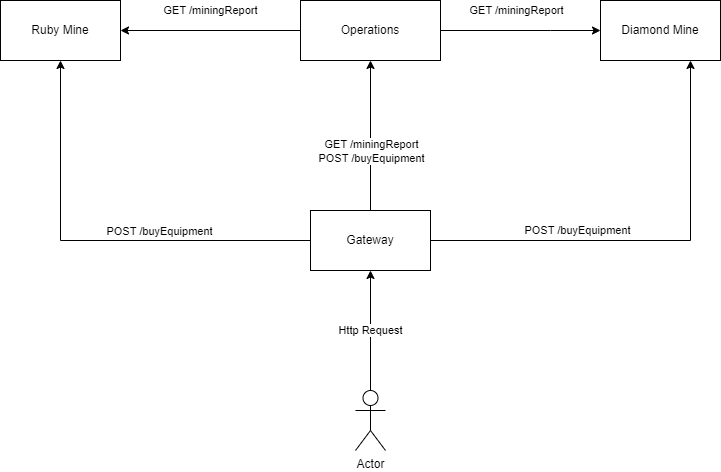
Before: microservices_components.png, a diagram exported from draw.io (ericrojo156/MineSim). Source tidied: cells renumbered, new cells last; positions are measured from the earlier drawing's top-left corner, leaving out a move shared by most shapes. Source of this version:
```xml
<mxGraphModel>
  <root>
    <mxCell id="0" />
    <mxCell id="1" parent="0" />
    <mxCell id="2" style="edgeStyle=orthogonalEdgeStyle;rounded=0;jettySize=auto;html=1;" parent="1" edge="1" source="7" target="12">
      <mxGeometry relative="1" as="geometry" />
    </mxCell>
    <mxCell id="3" value="GET /miningReport&lt;br&gt;POST /buyEquipment" style="edgeLabel;html=1;align=center;verticalAlign=middle;" parent="2" vertex="1">
      <mxGeometry x="-0.09" y="-3" relative="1" as="geometry">
        <mxPoint x="-3" y="8" as="offset" />
      </mxGeometry>
    </mxCell>
    <mxCell id="4" style="edgeStyle=orthogonalEdgeStyle;rounded=0;jettySize=auto;html=1;entryX=0.5;entryY=1;entryDx=0;entryDy=0;" parent="1" edge="1" source="7" target="8">
      <mxGeometry relative="1" as="geometry" />
    </mxCell>
    <mxCell id="5" value="POST /buyEquipment" style="edgeLabel;html=1;align=center;verticalAlign=middle;" parent="4" vertex="1">
      <mxGeometry x="-0.29" y="2" relative="1" as="geometry">
        <mxPoint y="-12" as="offset" />
      </mxGeometry>
    </mxCell>
    <mxCell id="6" value="POST /buyEquipment" style="edgeStyle=orthogonalEdgeStyle;rounded=0;jettySize=auto;html=1;entryX=0.75;entryY=1;entryDx=0;entryDy=0;" parent="1" edge="1" source="7" target="9">
      <mxGeometry x="-0.33" y="10" relative="1" as="geometry" />
    </mxCell>
    <mxCell id="7" value="Gateway" style="rounded=0;whiteSpace=wrap;html=1;" parent="1" vertex="1">
      <mxGeometry x="310" y="210" width="120" height="60" as="geometry" />
    </mxCell>
    <mxCell id="8" value="Ruby Mine" style="rounded=0;whiteSpace=wrap;html=1;" parent="1" vertex="1">
      <mxGeometry width="120" height="60" as="geometry" />
    </mxCell>
    <mxCell id="9" value="Diamond Mine" style="rounded=0;whiteSpace=wrap;html=1;" parent="1" vertex="1">
      <mxGeometry x="600" width="120" height="60" as="geometry" />
    </mxCell>
    <mxCell id="10" value="GET /miningReport" style="edgeStyle=orthogonalEdgeStyle;rounded=0;jettySize=auto;html=1;entryX=1;entryY=0.5;entryDx=0;entryDy=0;" parent="1" edge="1" source="12" target="8">
      <mxGeometry y="-20" relative="1" as="geometry" />
    </mxCell>
    <mxCell id="11" value="GET /miningReport" style="edgeStyle=orthogonalEdgeStyle;rounded=0;jettySize=auto;html=1;" parent="1" edge="1" source="12" target="9">
      <mxGeometry x="-0.05" y="20" relative="1" as="geometry">
        <Array as="points">
          <mxPoint x="550" y="30" />
          <mxPoint x="550" y="30" />
        </Array>
      </mxGeometry>
    </mxCell>
    <mxCell id="12" value="Operations" style="rounded=0;whiteSpace=wrap;html=1;" parent="1" vertex="1">
      <mxGeometry x="300" width="140" height="60" as="geometry" />
    </mxCell>
    <mxCell id="13" value="Http Request" style="edgeStyle=orthogonalEdgeStyle;rounded=0;jettySize=auto;html=1;entryX=0.5;entryY=1;entryDx=0;entryDy=0;" parent="1" edge="1" source="14" target="7">
      <mxGeometry relative="1" as="geometry" />
    </mxCell>
    <mxCell id="14" value="Actor" style="shape=umlActor;verticalLabelPosition=bottom;verticalAlign=top;html=1;outlineConnect=0;" parent="1" vertex="1">
      <mxGeometry x="355" y="390" width="30" height="60" as="geometry" />
    </mxCell>
  </root>
</mxGraphModel>
```
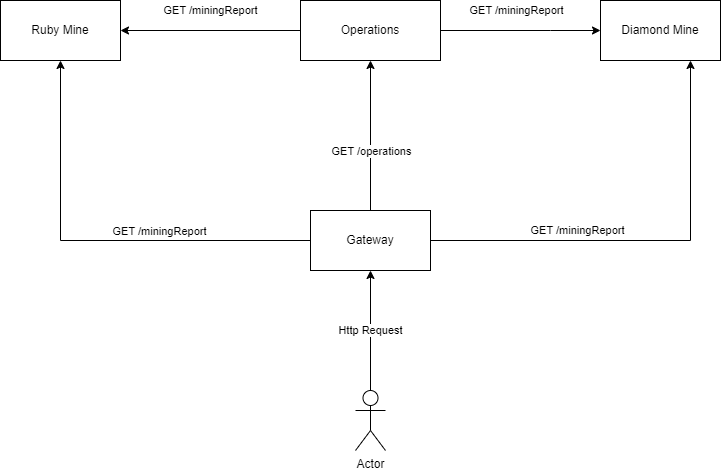
After the commit.

Commit message:
updated components diagram to remove unfinished endpoint (buyEquipment)

What changed in the source:
```diff
@@ -5,7 +5,7 @@
     <mxCell id="2" style="edgeStyle=orthogonalEdgeStyle;rounded=0;jettySize=auto;html=1;" parent="1" edge="1" source="7" target="12">
       <mxGeometry relative="1" as="geometry" />
     </mxCell>
-    <mxCell id="3" value="GET /miningReport&lt;br&gt;POST /buyEquipment" style="edgeLabel;html=1;align=center;verticalAlign=middle;" parent="2" vertex="1">
+    <mxCell id="3" value="GET /operations&lt;br&gt;" style="edgeLabel;html=1;align=center;verticalAlign=middle;" parent="2" vertex="1">
       <mxGeometry x="-0.09" y="-3" relative="1" as="geometry">
         <mxPoint x="-3" y="8" as="offset" />
       </mxGeometry>
@@ -13,12 +13,12 @@
     <mxCell id="4" style="edgeStyle=orthogonalEdgeStyle;rounded=0;jettySize=auto;html=1;entryX=0.5;entryY=1;entryDx=0;entryDy=0;" parent="1" edge="1" source="7" target="8">
       <mxGeometry relative="1" as="geometry" />
     </mxCell>
-    <mxCell id="5" value="POST /buyEquipment" style="edgeLabel;html=1;align=center;verticalAlign=middle;" parent="4" vertex="1">
+    <mxCell id="5" value="GET /miningReport" style="edgeLabel;html=1;align=center;verticalAlign=middle;" parent="4" vertex="1">
       <mxGeometry x="-0.29" y="2" relative="1" as="geometry">
         <mxPoint y="-12" as="offset" />
       </mxGeometry>
     </mxCell>
-    <mxCell id="6" value="POST /buyEquipment" style="edgeStyle=orthogonalEdgeStyle;rounded=0;jettySize=auto;html=1;entryX=0.75;entryY=1;entryDx=0;entryDy=0;" parent="1" edge="1" source="7" target="9">
+    <mxCell id="6" value="GET /miningReport" style="edgeStyle=orthogonalEdgeStyle;rounded=0;jettySize=auto;html=1;entryX=0.75;entryY=1;entryDx=0;entryDy=0;" parent="1" edge="1" source="7" target="9">
       <mxGeometry x="-0.33" y="10" relative="1" as="geometry" />
     </mxCell>
     <mxCell id="7" value="Gateway" style="rounded=0;whiteSpace=wrap;html=1;" parent="1" vertex="1">
```
